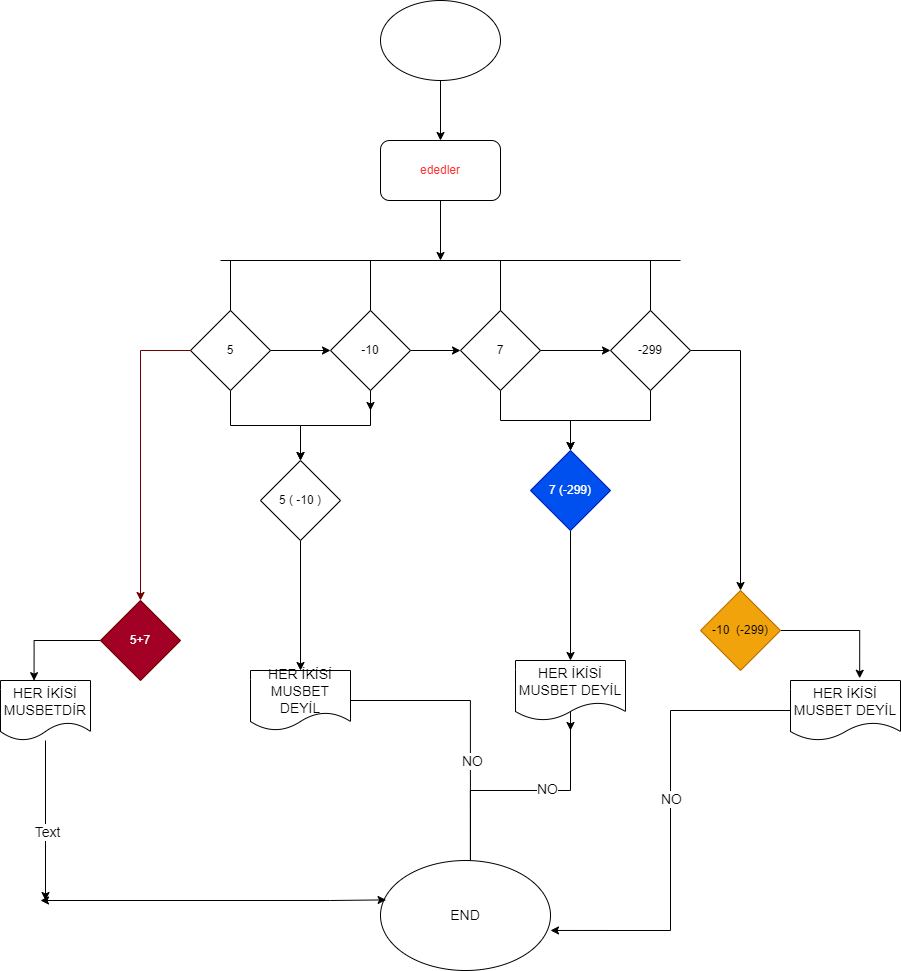
khtrist/homework2 keeps this draw.io diagram as 4 EDED MUSBET MENFİ .png. Above is the earlier version. Source tidied: cells renumbered, new cells last; positions are measured from the earlier drawing's top-left corner, leaving out a move shared by most shapes. Its diagram source:
```xml
<mxGraphModel>
  <root>
    <mxCell id="0" />
    <mxCell id="1" parent="0" />
    <mxCell id="2" style="edgeStyle=orthogonalEdgeStyle;rounded=0;jettySize=auto;html=1;entryX=0.5;entryY=0;entryDx=0;entryDy=0;fontColor=#FF3333;" parent="1" edge="1" source="3" target="27">
      <mxGeometry relative="1" as="geometry" />
    </mxCell>
    <mxCell id="3" style="ellipse;whiteSpace=wrap;html=1;" parent="1" vertex="1">
      <mxGeometry x="380" width="120" height="80" as="geometry" />
    </mxCell>
    <mxCell id="4" style="edgeStyle=orthogonalEdgeStyle;rounded=0;jettySize=auto;html=1;" parent="1" edge="1" source="6" target="20">
      <mxGeometry relative="1" as="geometry" />
    </mxCell>
    <mxCell id="5" style="edgeStyle=orthogonalEdgeStyle;rounded=0;jettySize=auto;html=1;fontSize=14;fontColor=#000000;" parent="1" edge="1" source="6" target="25">
      <mxGeometry relative="1" as="geometry" />
    </mxCell>
    <mxCell id="6" value="-299" style="rhombus;whiteSpace=wrap;html=1;" parent="1" vertex="1">
      <mxGeometry x="610" y="310" width="80" height="80" as="geometry" />
    </mxCell>
    <mxCell id="7" style="edgeStyle=orthogonalEdgeStyle;rounded=0;jettySize=auto;html=1;" parent="1" edge="1" source="9" target="6">
      <mxGeometry relative="1" as="geometry" />
    </mxCell>
    <mxCell id="8" style="edgeStyle=orthogonalEdgeStyle;rounded=0;jettySize=auto;html=1;" parent="1" edge="1" source="9" target="20">
      <mxGeometry relative="1" as="geometry" />
    </mxCell>
    <mxCell id="9" value="7" style="rhombus;whiteSpace=wrap;html=1;" parent="1" vertex="1">
      <mxGeometry x="460" y="310" width="80" height="80" as="geometry" />
    </mxCell>
    <mxCell id="10" style="edgeStyle=orthogonalEdgeStyle;rounded=0;jettySize=auto;html=1;entryX=0;entryY=0.5;entryDx=0;entryDy=0;" parent="1" edge="1" source="13" target="9">
      <mxGeometry relative="1" as="geometry" />
    </mxCell>
    <mxCell id="11" style="edgeStyle=orthogonalEdgeStyle;rounded=0;jettySize=auto;html=1;" parent="1" edge="1" source="13">
      <mxGeometry relative="1" as="geometry">
        <mxPoint x="370" y="410" as="targetPoint" />
      </mxGeometry>
    </mxCell>
    <mxCell id="12" style="edgeStyle=orthogonalEdgeStyle;rounded=0;jettySize=auto;html=1;" parent="1" edge="1" source="13" target="18">
      <mxGeometry relative="1" as="geometry" />
    </mxCell>
    <mxCell id="13" value="-10" style="rhombus;whiteSpace=wrap;html=1;" parent="1" vertex="1">
      <mxGeometry x="330" y="310" width="80" height="80" as="geometry" />
    </mxCell>
    <mxCell id="14" style="edgeStyle=orthogonalEdgeStyle;rounded=0;jettySize=auto;html=1;entryX=0;entryY=0.5;entryDx=0;entryDy=0;" parent="1" edge="1" source="16" target="13">
      <mxGeometry relative="1" as="geometry" />
    </mxCell>
    <mxCell id="15" style="edgeStyle=orthogonalEdgeStyle;rounded=0;jettySize=auto;html=1;entryX=0.5;entryY=0;entryDx=0;entryDy=0;" parent="1" edge="1" source="16" target="18">
      <mxGeometry relative="1" as="geometry" />
    </mxCell>
    <mxCell id="16" value="5" style="rhombus;whiteSpace=wrap;html=1;" parent="1" vertex="1">
      <mxGeometry x="190" y="310" width="80" height="80" as="geometry" />
    </mxCell>
    <mxCell id="17" style="edgeStyle=orthogonalEdgeStyle;rounded=0;jettySize=auto;html=1;entryX=0.5;entryY=0;entryDx=0;entryDy=0;fontSize=14;fontColor=#000000;" parent="1" edge="1" source="18" target="38">
      <mxGeometry relative="1" as="geometry" />
    </mxCell>
    <mxCell id="18" value="5 ( -10 )" style="rhombus;whiteSpace=wrap;html=1;" parent="1" vertex="1">
      <mxGeometry x="260" y="460" width="80" height="80" as="geometry" />
    </mxCell>
    <mxCell id="19" style="edgeStyle=orthogonalEdgeStyle;rounded=0;jettySize=auto;html=1;fontSize=14;fontColor=#000000;" parent="1" edge="1" source="20" target="42">
      <mxGeometry relative="1" as="geometry" />
    </mxCell>
    <mxCell id="20" value="7 (-299)" style="rhombus;whiteSpace=wrap;html=1;fillColor=#0050ef;fontColor=#ffffff;strokeColor=#001DBC;" parent="1" vertex="1">
      <mxGeometry x="530" y="450" width="80" height="80" as="geometry" />
    </mxCell>
    <mxCell id="21" style="edgeStyle=orthogonalEdgeStyle;rounded=0;jettySize=auto;html=1;entryX=0.373;entryY=0.003;entryDx=0;entryDy=0;entryPerimeter=0;fontSize=14;fontColor=#000000;" parent="1" edge="1" source="22" target="35">
      <mxGeometry relative="1" as="geometry" />
    </mxCell>
    <mxCell id="22" value="5+7" style="rhombus;whiteSpace=wrap;html=1;fillColor=#a20025;fontColor=#ffffff;strokeColor=#6F0000;" parent="1" vertex="1">
      <mxGeometry x="100" y="600" width="80" height="80" as="geometry" />
    </mxCell>
    <mxCell id="23" style="edgeStyle=orthogonalEdgeStyle;rounded=0;jettySize=auto;html=1;fontColor=#FF3333;fillColor=#a20025;strokeColor=#6F0000;" parent="1" edge="1" source="16" target="22">
      <mxGeometry relative="1" as="geometry" />
    </mxCell>
    <mxCell id="24" style="edgeStyle=orthogonalEdgeStyle;rounded=0;jettySize=auto;html=1;entryX=0.629;entryY=-0.037;entryDx=0;entryDy=0;entryPerimeter=0;fontSize=14;fontColor=#000000;" parent="1" edge="1" source="25" target="45">
      <mxGeometry relative="1" as="geometry" />
    </mxCell>
    <mxCell id="25" value="-10&amp;nbsp; (-299)" style="rhombus;whiteSpace=wrap;html=1;fontColor=#000000;fillColor=#f0a30a;strokeColor=#BD7000;" parent="1" vertex="1">
      <mxGeometry x="700" y="590" width="80" height="80" as="geometry" />
    </mxCell>
    <mxCell id="26" style="edgeStyle=orthogonalEdgeStyle;rounded=0;jettySize=auto;html=1;fontColor=#FF3333;" parent="1" edge="1" source="27">
      <mxGeometry relative="1" as="geometry">
        <mxPoint x="440" y="260" as="targetPoint" />
      </mxGeometry>
    </mxCell>
    <mxCell id="27" value="ededler" style="rounded=1;whiteSpace=wrap;html=1;fontColor=#FF3333;" parent="1" vertex="1">
      <mxGeometry x="380" y="140" width="120" height="60" as="geometry" />
    </mxCell>
    <mxCell id="28" style="endArrow=none;html=1;rounded=0;fontColor=#FF3333;" parent="1" edge="1">
      <mxGeometry relative="1" as="geometry">
        <mxPoint x="220" y="260" as="sourcePoint" />
        <mxPoint x="680" y="260" as="targetPoint" />
      </mxGeometry>
    </mxCell>
    <mxCell id="29" style="endArrow=none;html=1;rounded=0;fontColor=#FF3333;exitX=0.5;exitY=0;exitDx=0;exitDy=0;" parent="1" edge="1" source="9">
      <mxGeometry relative="1" as="geometry">
        <mxPoint x="500" y="260" as="targetPoint" />
      </mxGeometry>
    </mxCell>
    <mxCell id="30" style="endArrow=none;html=1;rounded=0;fontColor=#FF3333;exitX=0.5;exitY=0;exitDx=0;exitDy=0;" parent="1" edge="1" source="13">
      <mxGeometry relative="1" as="geometry">
        <mxPoint x="370" y="260" as="targetPoint" />
      </mxGeometry>
    </mxCell>
    <mxCell id="31" style="endArrow=none;html=1;rounded=0;fontColor=#FF3333;exitX=0.5;exitY=0;exitDx=0;exitDy=0;" parent="1" edge="1" source="6">
      <mxGeometry relative="1" as="geometry">
        <mxPoint x="650" y="260" as="targetPoint" />
      </mxGeometry>
    </mxCell>
    <mxCell id="32" style="endArrow=none;html=1;rounded=0;fontColor=#FF3333;" parent="1" edge="1" source="16">
      <mxGeometry relative="1" as="geometry">
        <mxPoint x="230" y="260" as="targetPoint" />
      </mxGeometry>
    </mxCell>
    <mxCell id="33" style="edgeStyle=orthogonalEdgeStyle;rounded=0;jettySize=auto;html=1;fontSize=14;fontColor=#000000;" parent="1" edge="1" source="35">
      <mxGeometry relative="1" as="geometry">
        <mxPoint x="45" y="900" as="targetPoint" />
      </mxGeometry>
    </mxCell>
    <mxCell id="34" value="Text" style="edgeLabel;html=1;align=center;verticalAlign=middle;fontSize=14;fontColor=#000000;" parent="33" vertex="1">
      <mxGeometry x="0.14" y="1" relative="1" as="geometry" />
    </mxCell>
    <mxCell id="35" value="HER İKİSİ MUSBETDİR" style="shape=document;whiteSpace=wrap;html=1;boundedLbl=1;fontSize=14;fontColor=#000000;" parent="1" vertex="1">
      <mxGeometry y="680" width="90" height="60" as="geometry" />
    </mxCell>
    <mxCell id="36" style="edgeStyle=orthogonalEdgeStyle;rounded=0;jettySize=auto;html=1;fontSize=14;fontColor=#000000;entryX=0.529;entryY=0.091;entryDx=0;entryDy=0;entryPerimeter=0;" parent="1" edge="1" source="38" target="46">
      <mxGeometry relative="1" as="geometry" />
    </mxCell>
    <mxCell id="37" value="NO" style="edgeLabel;html=1;align=center;verticalAlign=middle;fontSize=14;fontColor=#000000;" parent="36" vertex="1">
      <mxGeometry x="0.24" y="2" relative="1" as="geometry" />
    </mxCell>
    <mxCell id="38" value="HER İKİSİ MUSBET DEYİL" style="shape=document;whiteSpace=wrap;html=1;boundedLbl=1;fontSize=14;fontColor=#000000;" parent="1" vertex="1">
      <mxGeometry x="250" y="670" width="100" height="60" as="geometry" />
    </mxCell>
    <mxCell id="39" style="edgeStyle=orthogonalEdgeStyle;rounded=0;jettySize=auto;html=1;fontSize=14;fontColor=#000000;entryX=0.529;entryY=0.091;entryDx=0;entryDy=0;entryPerimeter=0;" parent="1" edge="1" source="42" target="46">
      <mxGeometry relative="1" as="geometry" />
    </mxCell>
    <mxCell id="40" value="NO" style="edgeLabel;html=1;align=center;verticalAlign=middle;fontSize=14;fontColor=#000000;" parent="39" vertex="1">
      <mxGeometry x="-0.25" y="-2" relative="1" as="geometry" />
    </mxCell>
    <mxCell id="41" style="edgeStyle=orthogonalEdgeStyle;rounded=0;jettySize=auto;html=1;fontSize=14;fontColor=#000000;" parent="1" edge="1" source="42">
      <mxGeometry relative="1" as="geometry">
        <mxPoint x="570" y="730" as="targetPoint" />
      </mxGeometry>
    </mxCell>
    <mxCell id="42" value="HER İKİSİ MUSBET DEYİL" style="shape=document;whiteSpace=wrap;html=1;boundedLbl=1;fontSize=14;fontColor=#000000;" parent="1" vertex="1">
      <mxGeometry x="515" y="660" width="110" height="60" as="geometry" />
    </mxCell>
    <mxCell id="43" style="edgeStyle=orthogonalEdgeStyle;rounded=0;jettySize=auto;html=1;entryX=1;entryY=0.636;entryDx=0;entryDy=0;entryPerimeter=0;fontSize=14;fontColor=#000000;" parent="1" edge="1" source="45" target="46">
      <mxGeometry relative="1" as="geometry" />
    </mxCell>
    <mxCell id="44" value="NO" style="edgeLabel;html=1;align=center;verticalAlign=middle;fontSize=14;fontColor=#000000;" parent="43" vertex="1">
      <mxGeometry x="-0.1" relative="1" as="geometry" />
    </mxCell>
    <mxCell id="45" value="HER İKİSİ MUSBET DEYİL" style="shape=document;whiteSpace=wrap;html=1;boundedLbl=1;fontSize=14;fontColor=#000000;" parent="1" vertex="1">
      <mxGeometry x="790" y="680" width="110" height="60" as="geometry" />
    </mxCell>
    <mxCell id="46" value="END" style="ellipse;whiteSpace=wrap;html=1;fontSize=14;fontColor=#000000;" parent="1" vertex="1">
      <mxGeometry x="380" y="860" width="170" height="110" as="geometry" />
    </mxCell>
    <mxCell id="47" style="endArrow=classic;startArrow=classic;html=1;rounded=0;fontSize=14;fontColor=#000000;entryX=0.033;entryY=0.358;entryDx=0;entryDy=0;entryPerimeter=0;" parent="1" edge="1" target="46">
      <mxGeometry relative="1" as="geometry">
        <mxPoint x="40" y="900" as="sourcePoint" />
        <Array as="points">
          <mxPoint x="330" y="900" />
        </Array>
      </mxGeometry>
    </mxCell>
  </root>
</mxGraphModel>
```
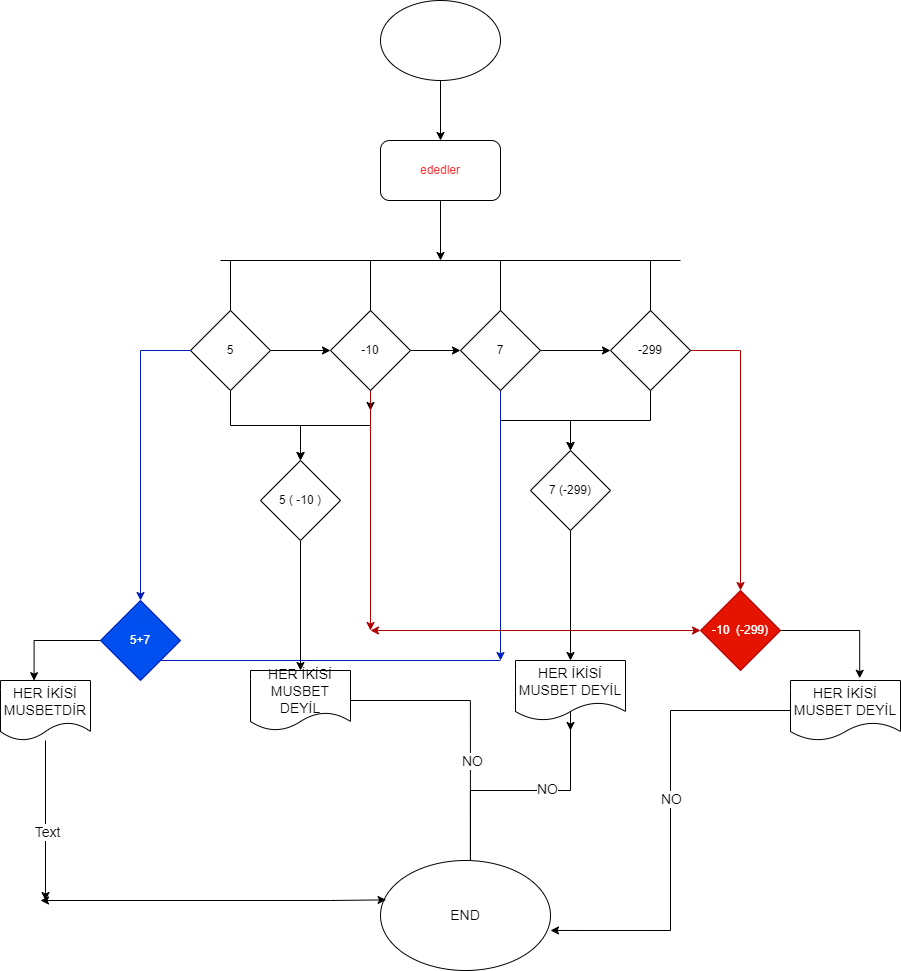
The same diagram one commit later.

What changed in the source:
```diff
@@ -11,7 +11,7 @@
     <mxCell id="4" style="edgeStyle=orthogonalEdgeStyle;rounded=0;jettySize=auto;html=1;" parent="1" edge="1" source="6" target="20">
       <mxGeometry relative="1" as="geometry" />
     </mxCell>
-    <mxCell id="5" style="edgeStyle=orthogonalEdgeStyle;rounded=0;jettySize=auto;html=1;fontSize=14;fontColor=#000000;" parent="1" edge="1" source="6" target="25">
+    <mxCell id="5" style="edgeStyle=orthogonalEdgeStyle;rounded=0;jettySize=auto;html=1;fontSize=14;fontColor=#000000;fillColor=#e51400;strokeColor=#B20000;" parent="1" edge="1" source="6" target="25">
       <mxGeometry relative="1" as="geometry" />
     </mxCell>
     <mxCell id="6" value="-299" style="rhombus;whiteSpace=wrap;html=1;" parent="1" vertex="1">
@@ -23,6 +23,11 @@
     <mxCell id="8" style="edgeStyle=orthogonalEdgeStyle;rounded=0;jettySize=auto;html=1;" parent="1" edge="1" source="9" target="20">
       <mxGeometry relative="1" as="geometry" />
     </mxCell>
+    <mxCell id="48" style="edgeStyle=orthogonalEdgeStyle;rounded=0;jettySize=auto;html=1;fontSize=14;fontColor=#000000;fillColor=#0050ef;strokeColor=#001DBC;" parent="1" edge="1" source="9">
+      <mxGeometry relative="1" as="geometry">
+        <mxPoint x="500" y="660" as="targetPoint" />
+      </mxGeometry>
+    </mxCell>
     <mxCell id="9" value="7" style="rhombus;whiteSpace=wrap;html=1;" parent="1" vertex="1">
       <mxGeometry x="460" y="310" width="80" height="80" as="geometry" />
     </mxCell>
@@ -37,6 +42,11 @@
     <mxCell id="12" style="edgeStyle=orthogonalEdgeStyle;rounded=0;jettySize=auto;html=1;" parent="1" edge="1" source="13" target="18">
       <mxGeometry relative="1" as="geometry" />
     </mxCell>
+    <mxCell id="49" style="edgeStyle=orthogonalEdgeStyle;rounded=0;jettySize=auto;html=1;fontSize=14;fontColor=#000000;fillColor=#e51400;strokeColor=#B20000;" parent="1" edge="1" source="13">
+      <mxGeometry relative="1" as="geometry">
+        <mxPoint x="370" y="630" as="targetPoint" />
+      </mxGeometry>
+    </mxCell>
     <mxCell id="13" value="-10" style="rhombus;whiteSpace=wrap;html=1;" parent="1" vertex="1">
       <mxGeometry x="330" y="310" width="80" height="80" as="geometry" />
     </mxCell>
@@ -58,22 +68,22 @@
     <mxCell id="19" style="edgeStyle=orthogonalEdgeStyle;rounded=0;jettySize=auto;html=1;fontSize=14;fontColor=#000000;" parent="1" edge="1" source="20" target="42">
       <mxGeometry relative="1" as="geometry" />
     </mxCell>
-    <mxCell id="20" value="7 (-299)" style="rhombus;whiteSpace=wrap;html=1;fillColor=#0050ef;fontColor=#ffffff;strokeColor=#001DBC;" parent="1" vertex="1">
+    <mxCell id="20" value="7 (-299)" style="rhombus;whiteSpace=wrap;html=1;" parent="1" vertex="1">
       <mxGeometry x="530" y="450" width="80" height="80" as="geometry" />
     </mxCell>
     <mxCell id="21" style="edgeStyle=orthogonalEdgeStyle;rounded=0;jettySize=auto;html=1;entryX=0.373;entryY=0.003;entryDx=0;entryDy=0;entryPerimeter=0;fontSize=14;fontColor=#000000;" parent="1" edge="1" source="22" target="35">
       <mxGeometry relative="1" as="geometry" />
     </mxCell>
-    <mxCell id="22" value="5+7" style="rhombus;whiteSpace=wrap;html=1;fillColor=#a20025;fontColor=#ffffff;strokeColor=#6F0000;" parent="1" vertex="1">
+    <mxCell id="22" value="5+7" style="rhombus;whiteSpace=wrap;html=1;fillColor=#0050ef;fontColor=#ffffff;strokeColor=#001DBC;" parent="1" vertex="1">
       <mxGeometry x="100" y="600" width="80" height="80" as="geometry" />
     </mxCell>
-    <mxCell id="23" style="edgeStyle=orthogonalEdgeStyle;rounded=0;jettySize=auto;html=1;fontColor=#FF3333;fillColor=#a20025;strokeColor=#6F0000;" parent="1" edge="1" source="16" target="22">
+    <mxCell id="23" style="edgeStyle=orthogonalEdgeStyle;rounded=0;jettySize=auto;html=1;fontColor=#FF3333;fillColor=#0050ef;strokeColor=#001DBC;" parent="1" edge="1" source="16" target="22">
       <mxGeometry relative="1" as="geometry" />
     </mxCell>
     <mxCell id="24" style="edgeStyle=orthogonalEdgeStyle;rounded=0;jettySize=auto;html=1;entryX=0.629;entryY=-0.037;entryDx=0;entryDy=0;entryPerimeter=0;fontSize=14;fontColor=#000000;" parent="1" edge="1" source="25" target="45">
       <mxGeometry relative="1" as="geometry" />
     </mxCell>
-    <mxCell id="25" value="-10&amp;nbsp; (-299)" style="rhombus;whiteSpace=wrap;html=1;fontColor=#000000;fillColor=#f0a30a;strokeColor=#BD7000;" parent="1" vertex="1">
+    <mxCell id="25" value="-10&amp;nbsp; (-299)" style="rhombus;whiteSpace=wrap;html=1;fontColor=#ffffff;fillColor=#e51400;strokeColor=#B20000;" parent="1" vertex="1">
       <mxGeometry x="700" y="590" width="80" height="80" as="geometry" />
     </mxCell>
     <mxCell id="26" style="edgeStyle=orthogonalEdgeStyle;rounded=0;jettySize=auto;html=1;fontColor=#FF3333;" parent="1" edge="1" source="27">
@@ -164,5 +174,15 @@
         </Array>
       </mxGeometry>
     </mxCell>
+    <mxCell id="50" style="endArrow=classic;startArrow=classic;html=1;rounded=0;fontSize=14;fontColor=#000000;entryX=0;entryY=0.5;entryDx=0;entryDy=0;fillColor=#e51400;strokeColor=#B20000;" parent="1" edge="1" target="25">
+      <mxGeometry relative="1" as="geometry">
+        <mxPoint x="370" y="630" as="sourcePoint" />
+      </mxGeometry>
+    </mxCell>
+    <mxCell id="51" style="endArrow=none;html=1;rounded=0;fontSize=14;fontColor=#000000;exitX=1;exitY=1;exitDx=0;exitDy=0;fillColor=#0050ef;strokeColor=#001DBC;" parent="1" edge="1" source="22">
+      <mxGeometry relative="1" as="geometry">
+        <mxPoint x="500" y="660" as="targetPoint" />
+      </mxGeometry>
+    </mxCell>
   </root>
 </mxGraphModel>
```
